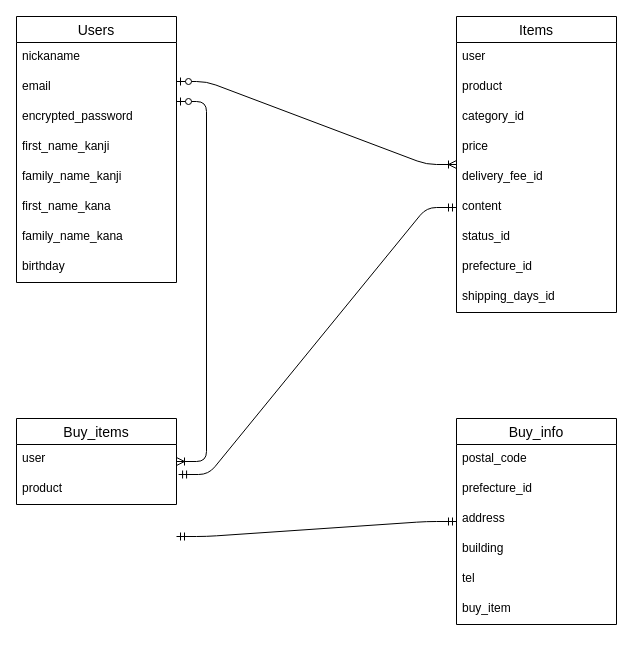
lluvidali/furima-36592 keeps this draw.io diagram as test.dio. Above is the earlier version. Source tidied: cells renumbered, new cells numbered last; positions are measured from the earlier drawing's top-left corner, leaving out a move shared by most shapes. Both pictures are drawn from the tidied source at 100%, with x=0, y=0 at pixel (16, 16).
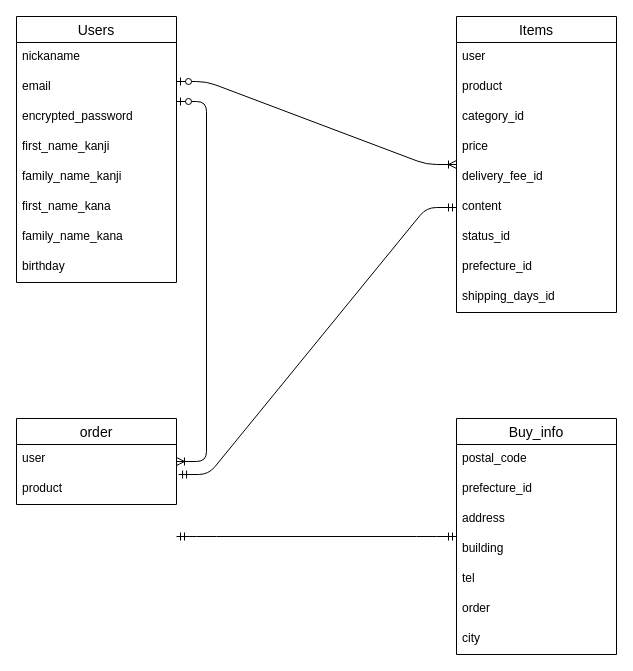
The same page after the edit.

Diff of the diagram source:
```diff
@@
-    <mxCell id="24" value="Buy_items" style="swimlane;fontStyle=0;horizontal=1;startSize=26;align=center;fontSize=14;" parent="1" vertex="1">
+    <mxCell id="24" value="order" style="swimlane;fontStyle=0;horizontal=1;startSize=26;align=center;fontSize=14;" parent="1" vertex="1">
       <mxGeometry y="402" width="160" height="86" as="geometry" />
     </mxCell>
@@
     <mxCell id="28" value="Buy_info" style="swimlane;fontStyle=0;horizontal=1;startSize=26;align=center;fontSize=14;" parent="1" vertex="1">
-      <mxGeometry x="440" y="402" width="160" height="206" as="geometry" />
+      <mxGeometry x="440" y="402" width="160" height="236" as="geometry" />
     </mxCell>
@@
-    <mxCell id="34" value="buy_item" style="text;strokeColor=none;fillColor=none;spacingLeft=4;spacingRight=4;overflow=hidden;fontSize=12;" parent="28" vertex="1">
-      <mxGeometry y="176" width="160" height="30" as="geometry" />
-    </mxCell>
+    <mxCell id="35" value="order" style="text;strokeColor=none;fillColor=none;spacingLeft=4;spacingRight=4;overflow=hidden;fontSize=12;" parent="28" vertex="1">
+      <mxGeometry y="176" width="160" height="30" as="geometry" />
+    </mxCell>
+    <mxCell id="36" value="city" style="text;strokeColor=none;fillColor=none;spacingLeft=4;spacingRight=4;overflow=hidden;fontSize=12;" parent="28" vertex="1">
+      <mxGeometry y="206" width="160" height="30" as="geometry" />
+    </mxCell>
```
